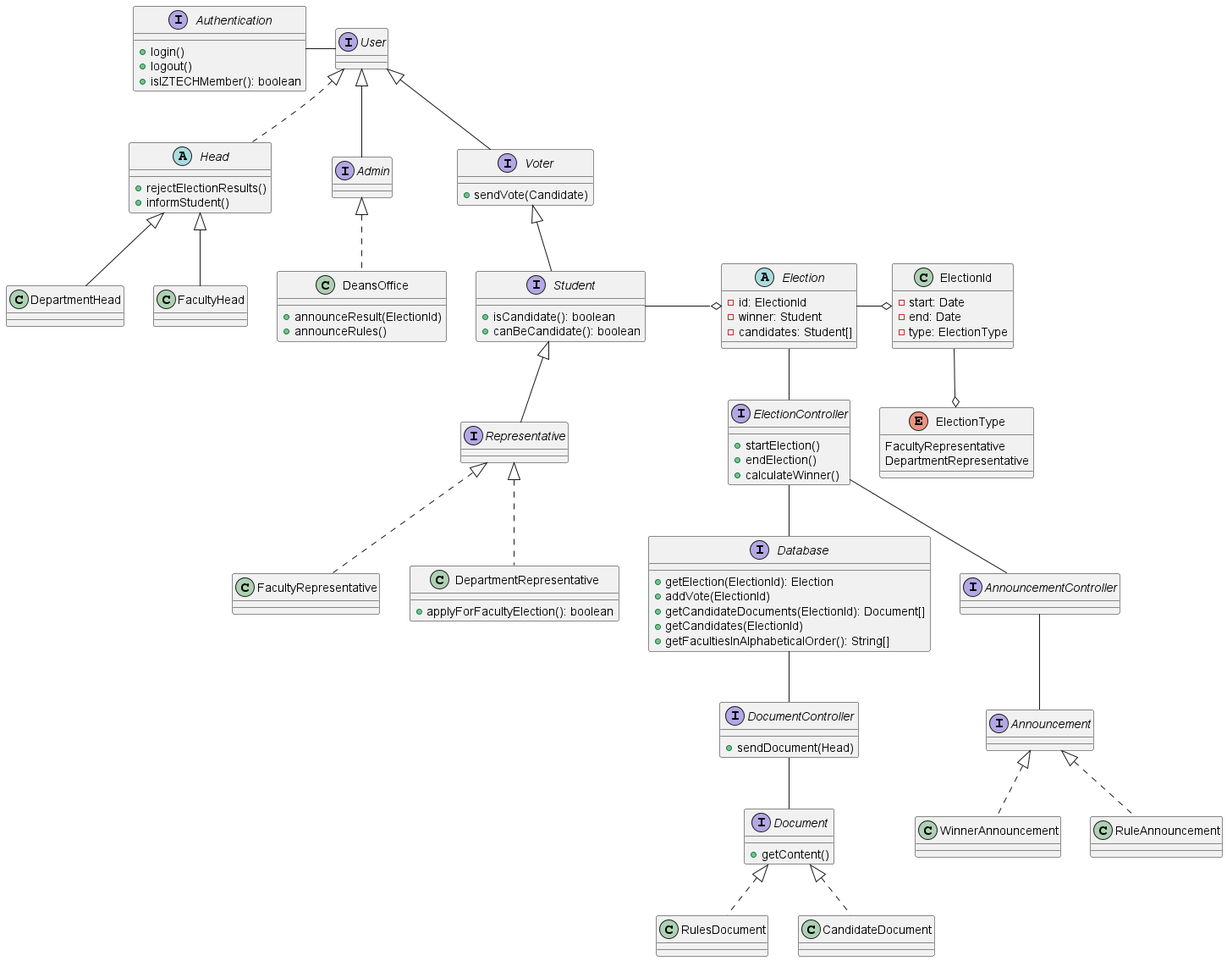
Above: diagrams/logical-viewpoint.png in Malik-Hinnawi/Project-1_Election-Project-Diagrams (PlantUML), before the change.
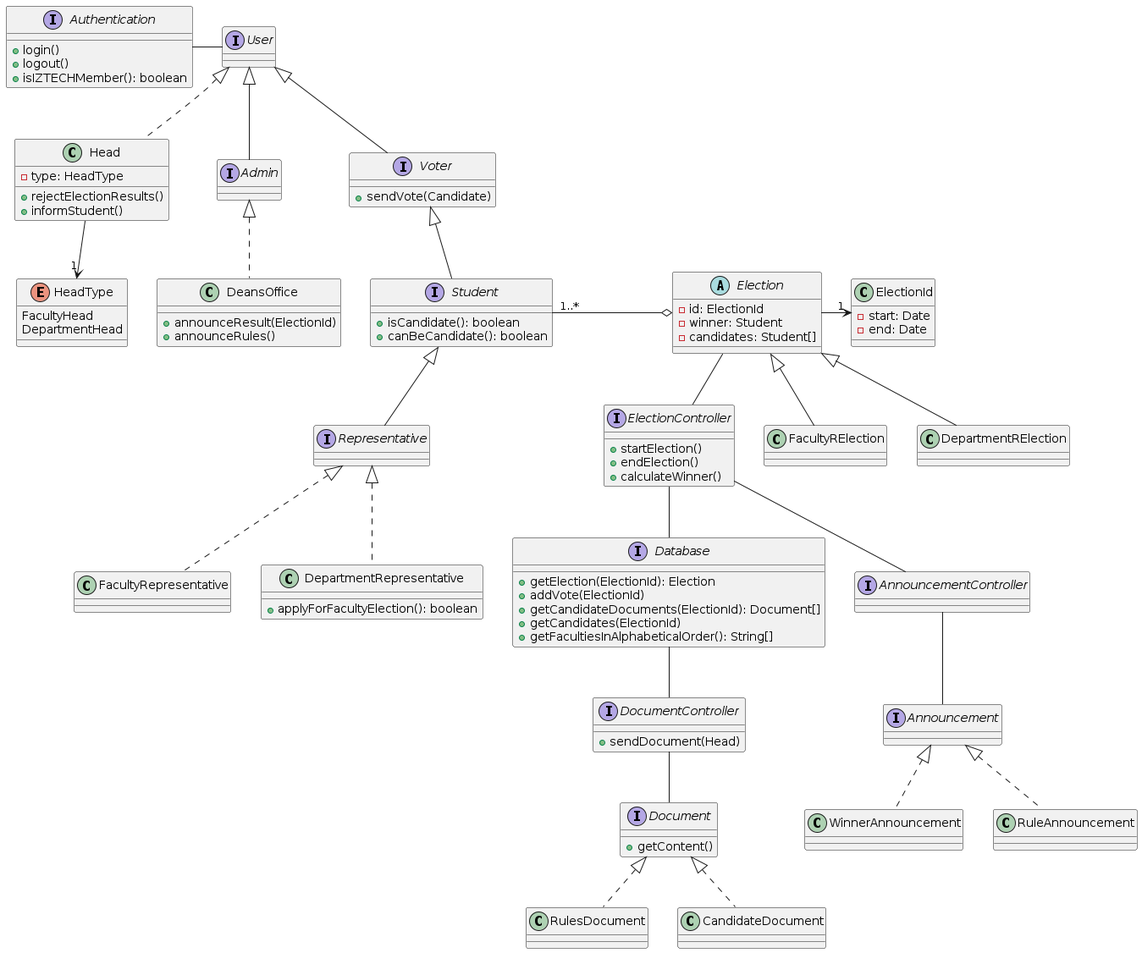
After the commit.

The edit, as a diff of the source:
```diff
@@ -34,9 +34,15 @@
     +getContent()
 }
 
-abstract class Head implements User {
+class Head implements User {
+    -type: HeadType
     +rejectElectionResults()
     +informStudent()
+}
+
+enum HeadType {
+    FacultyHead
+    DepartmentHead
 }
 
 interface User {
@@ -67,9 +73,7 @@
     + announceRules()
 }
 
-class DepartmentHead extends Head
 
-class FacultyHead extends Head
 
 class WinnerAnnouncement implements Announcement
 
@@ -85,25 +89,25 @@
     - candidates: Student[]
 }
 
+class FacultyRElection extends Election
+
+class DepartmentRElection extends Election
+
 class ElectionId {
     -start: Date
     -end: Date
-    -type: ElectionType
 }
 
-enum ElectionType{
-    FacultyRepresentative
-    DepartmentRepresentative
-}
 
-Election -right-o ElectionId
-ElectionId -down-o ElectionType
+
+Election -right-> "1" ElectionId
 Election -- ElectionController
-Student -right-o Election
+Student "1..*"-right-o Election
 ElectionController -- AnnouncementController
 AnnouncementController -- Announcement
 DocumentController -- Document
 Database -- DocumentController
 ElectionController -- Database
 User -left- Authentication
+Head -down-> "1" HeadType
 @enduml
```
